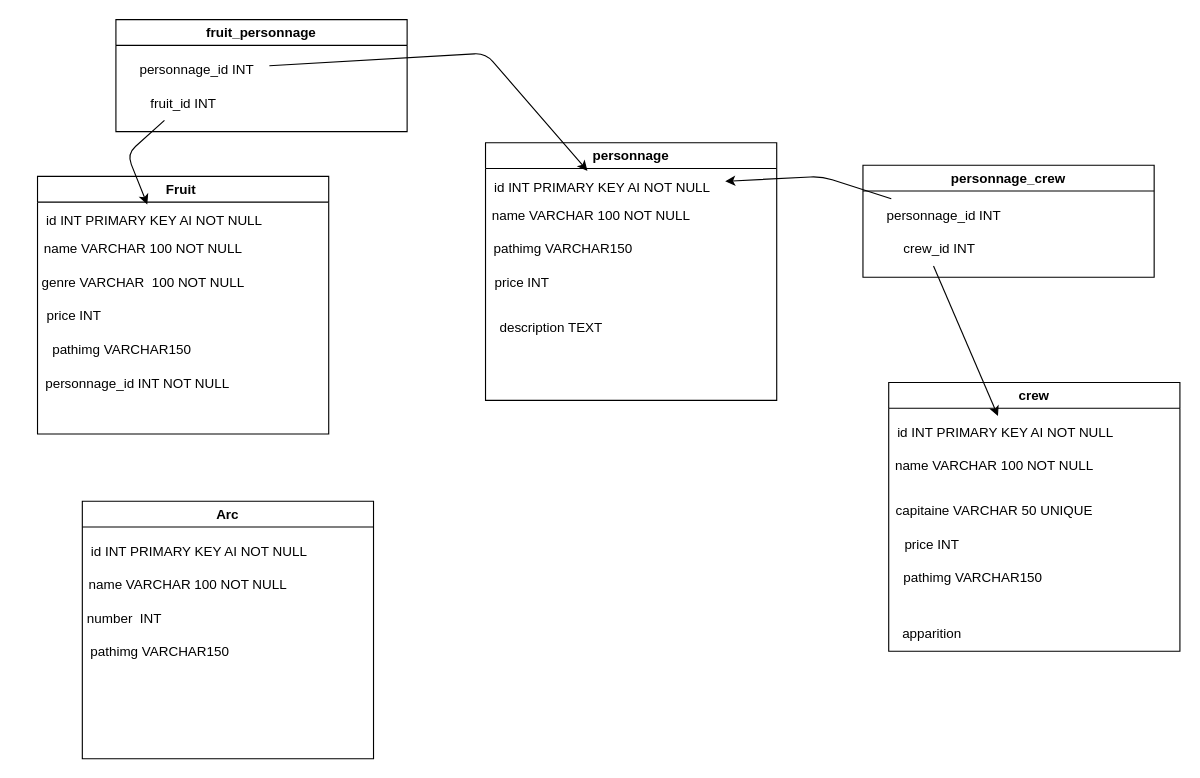
Earlier version of the draw.io diagram bd/uml.drawio (yamsmdj/OnePiece). Source tidied: cells renumbered, new cells numbered last; positions are measured from the earlier drawing's top-left corner, leaving out a move shared by most shapes. Both pictures are drawn from the tidied source at 112%, with x=0, y=0 at pixel (30, 19).
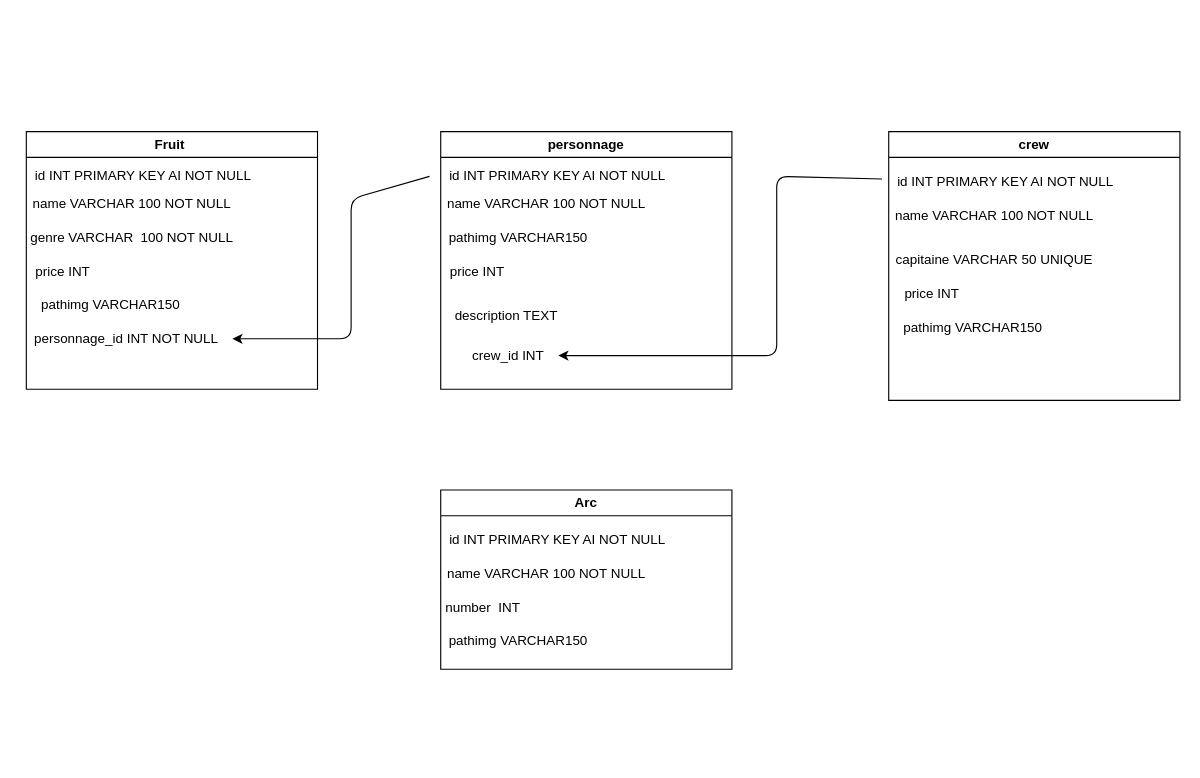
After the change.

The change refers to these unchanged cells:
```xml
<mxCell id="3" value="id INT PRIMARY KEY AI NOT NULL" style="text;html=1;align=center;verticalAlign=middle;points=[];strokeColor=none;fillColor=none;" parent="2" vertex="1">
  <mxGeometry x="-6" y="25" width="220" height="30" as="geometry" />
</mxCell>
<mxCell id="7" value="personnage_id INT NOT NULL" style="text;html=1;align=center;verticalAlign=middle;points=[];strokeColor=none;fillColor=none;" parent="2" vertex="1">
  <mxGeometry x="-6" y="170" width="190" height="30" as="geometry" />
</mxCell>
<mxCell id="10" value="id INT PRIMARY KEY AI NOT NULL" style="text;html=1;align=center;verticalAlign=middle;points=[];strokeColor=none;fillColor=none;" parent="9" vertex="1">
  <mxGeometry x="-6" y="25" width="220" height="30" as="geometry" />
</mxCell>
<mxCell id="21" value="id INT PRIMARY KEY AI NOT NULL" style="text;html=1;align=center;verticalAlign=middle;points=[];strokeColor=none;fillColor=none;" parent="20" vertex="1">
  <mxGeometry x="-6" y="30" width="220" height="30" as="geometry" />
</mxCell>
```

The edit, as a diff of the source:
```diff
@@
     <mxCell id="2" value="Fruit&amp;nbsp;" style="swimlane;whiteSpace=wrap;html=1;" parent="1" vertex="1">
-      <mxGeometry x="6" y="140" width="260" height="230" as="geometry" />
+      <mxGeometry x="-4" y="100" width="260" height="230" as="geometry" />
     </mxCell>
@@
     <mxCell id="9" value="personnage" style="swimlane;whiteSpace=wrap;html=1;" parent="1" vertex="1">
-      <mxGeometry x="406" y="110" width="260" height="230" as="geometry" />
+      <mxGeometry x="366" y="100" width="260" height="230" as="geometry" />
     </mxCell>
@@
     <mxCell id="15" value="Arc" style="swimlane;whiteSpace=wrap;html=1;startSize=23;" parent="1" vertex="1">
-      <mxGeometry x="46" y="430" width="260" height="230" as="geometry" />
+      <mxGeometry x="366" y="420" width="260" height="160" as="geometry" />
     </mxCell>
@@
     <mxCell id="20" value="crew" style="swimlane;whiteSpace=wrap;html=1;startSize=23;" parent="1" vertex="1">
-      <mxGeometry x="766" y="324" width="260" height="240" as="geometry" />
+      <mxGeometry x="766" y="100" width="260" height="240" as="geometry" />
     </mxCell>
@@
-    <mxCell id="26" value="apparition&amp;nbsp;" style="text;html=1;align=center;verticalAlign=middle;strokeColor=none;fillColor=none;" parent="20" vertex="1">
-      <mxGeometry y="210" width="80" height="30" as="geometry" />
-    </mxCell>
-    <mxCell id="27" value="personnage_crew" style="swimlane;whiteSpace=wrap;html=1;startSize=23;" parent="1" vertex="1">
-      <mxGeometry x="743" y="130" width="260" height="100" as="geometry" />
-    </mxCell>
-    <mxCell id="28" value="crew_id INT" style="text;html=1;align=center;verticalAlign=middle;points=[];strokeColor=none;fillColor=none;" parent="27" vertex="1">
-      <mxGeometry x="23" y="60" width="90" height="30" as="geometry" />
+    <mxCell id="28" value="crew_id INT" style="text;html=1;align=center;verticalAlign=middle;points=[];strokeColor=none;fillColor=none;" parent="1" vertex="1">
+      <mxGeometry x="381" y="285" width="90" height="30" as="geometry" />
     </mxCell>
-    <mxCell id="29" value="personnage_id INT" style="text;html=1;align=center;verticalAlign=middle;points=[];strokeColor=none;fillColor=none;" parent="27" vertex="1">
-      <mxGeometry x="7" y="30" width="130" height="30" as="geometry" />
-    </mxCell>
-    <mxCell id="30" style="edgeStyle=none;html=1;" parent="1" edge="1" source="28" target="21">
-      <mxGeometry relative="1" as="geometry">
-        <Array as="points">
-          <mxPoint x="806" y="220" />
-        </Array>
-      </mxGeometry>
-    </mxCell>
-    <mxCell id="31" style="edgeStyle=none;html=1;" parent="1" edge="1" source="29" target="10">
-      <mxGeometry relative="1" as="geometry">
-        <Array as="points">
-          <mxPoint x="706" y="140" />
-        </Array>
-      </mxGeometry>
-    </mxCell>
-    <mxCell id="32" value="fruit_personnage" style="swimlane;whiteSpace=wrap;html=1;startSize=23;" parent="1" vertex="1">
-      <mxGeometry x="76" width="260" height="100" as="geometry" />
-    </mxCell>
-    <mxCell id="33" value="fruit_id INT" style="text;html=1;align=center;verticalAlign=middle;points=[];strokeColor=none;fillColor=none;" parent="32" vertex="1">
-      <mxGeometry x="20" y="60" width="80" height="30" as="geometry" />
-    </mxCell>
-    <mxCell id="34" value="personnage_id INT" style="text;html=1;align=center;verticalAlign=middle;points=[];strokeColor=none;fillColor=none;" parent="32" vertex="1">
-      <mxGeometry x="7" y="30" width="130" height="30" as="geometry" />
-    </mxCell>
-    <mxCell id="35" style="edgeStyle=none;html=1;" parent="1" edge="1" source="33" target="3">
-      <mxGeometry relative="1" as="geometry">
-        <Array as="points">
-          <mxPoint x="86" y="120" />
-        </Array>
-      </mxGeometry>
-    </mxCell>
-    <mxCell id="36" style="edgeStyle=none;html=1;" parent="1" edge="1" source="34" target="10">
-      <mxGeometry relative="1" as="geometry">
-        <Array as="points">
-          <mxPoint x="406" y="30" />
-        </Array>
-      </mxGeometry>
-    </mxCell>
+    <mxCell id="37" style="edgeStyle=none;html=1;" parent="1" edge="1" source="21" target="28">
+      <mxGeometry relative="1" as="geometry">
+        <Array as="points">
+          <mxPoint x="666" y="140" />
+          <mxPoint x="666" y="300" />
+        </Array>
+      </mxGeometry>
+    </mxCell>
+    <mxCell id="38" style="edgeStyle=none;html=1;" parent="1" edge="1" target="7">
+      <mxGeometry relative="1" as="geometry">
+        <mxPoint x="356" y="140" as="sourcePoint" />
+        <Array as="points">
+          <mxPoint x="286" y="160" />
+          <mxPoint x="286" y="285" />
+        </Array>
+      </mxGeometry>
+    </mxCell>
```
